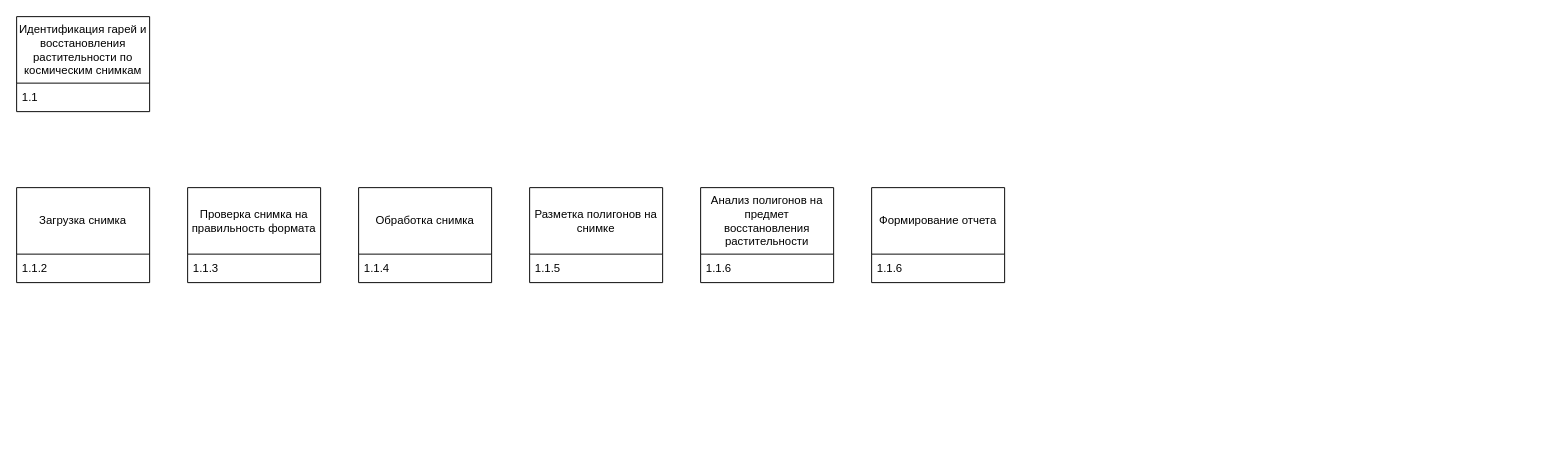
The draw.io diagram Idef3.drawio in sukmalo/IDEF1_group, before the edit. Source tidied: cells renumbered, new cells numbered last; positions are measured from the earlier drawing's top-left corner, leaving out a move shared by most shapes. Both pictures are drawn from the tidied source at 95%, with x=0, y=0 at pixel (16, 16).
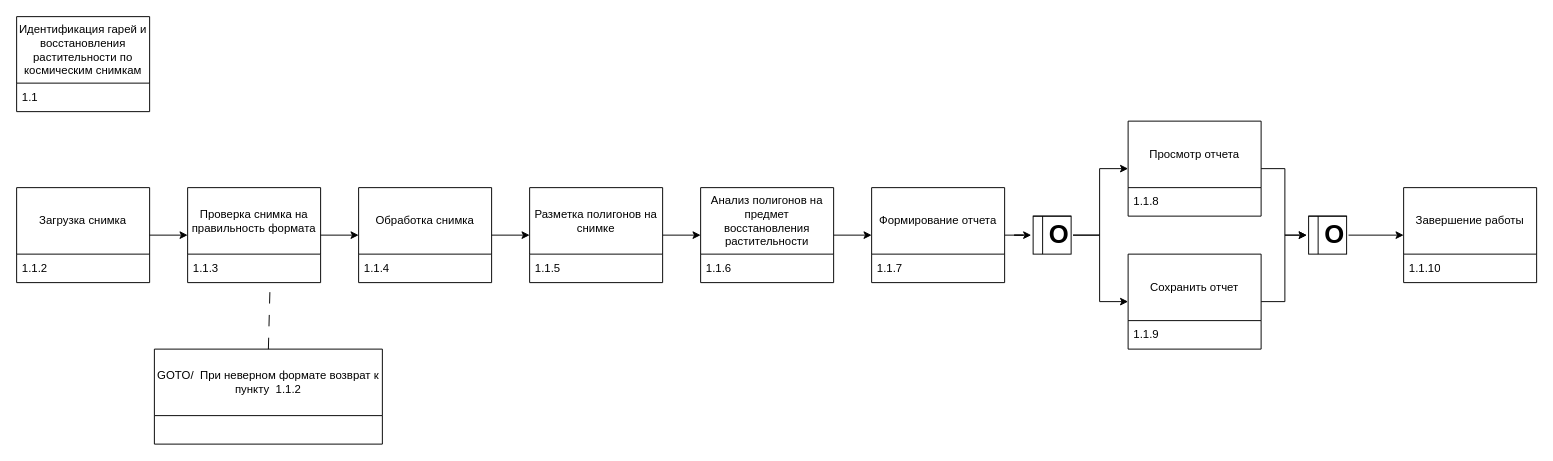
The same page after the edit.

The change refers to these unchanged cells:
```xml
<mxCell id="4" value="Загрузка снимка" style="swimlane;fontStyle=0;horizontal=1;startSize=70;whiteSpace=wrap;html=1;" parent="1" vertex="1">
  <mxGeometry y="180" width="140" height="100" as="geometry" />
</mxCell>
<mxCell id="6" value="Проверка снимка на правильность формата" style="swimlane;fontStyle=0;horizontal=1;startSize=70;whiteSpace=wrap;html=1;" parent="1" vertex="1">
  <mxGeometry x="180" y="180" width="140" height="100" as="geometry" />
</mxCell>
<mxCell id="7" value="1.1.3" style="text;strokeColor=none;fillColor=none;align=left;verticalAlign=middle;spacingLeft=4;spacingRight=4;overflow=hidden;points=[[0,0.5],[1,0.5]];portConstraint=eastwest;whiteSpace=wrap;html=1;" parent="6" vertex="1">
  <mxGeometry y="70" width="140" height="30" as="geometry" />
</mxCell>
<mxCell id="8" value="Обработка снимка" style="swimlane;fontStyle=0;horizontal=1;startSize=70;whiteSpace=wrap;html=1;" parent="1" vertex="1">
  <mxGeometry x="360" y="180" width="140" height="100" as="geometry" />
</mxCell>
<mxCell id="10" value="Разметка полигонов на снимке" style="swimlane;fontStyle=0;horizontal=1;startSize=70;whiteSpace=wrap;html=1;" parent="1" vertex="1">
  <mxGeometry x="540" y="180" width="140" height="100" as="geometry" />
</mxCell>
<mxCell id="12" value="Анализ полигонов на предмет восстановления растительности" style="swimlane;fontStyle=0;horizontal=1;startSize=70;whiteSpace=wrap;html=1;" parent="1" vertex="1">
  <mxGeometry x="720" y="180" width="140" height="100" as="geometry" />
</mxCell>
<mxCell id="14" value="Формирование отчета" style="swimlane;fontStyle=0;horizontal=1;startSize=70;whiteSpace=wrap;html=1;" parent="1" vertex="1">
  <mxGeometry x="900" y="180" width="140" height="100" as="geometry" />
</mxCell>
```

Change to the diagram source:
```diff
@@
+    <mxCell id="16" style="edgeStyle=orthogonalEdgeStyle;rounded=0;jettySize=auto;html=1;entryX=0;entryY=0.5;entryDx=0;entryDy=0;" parent="1" edge="1" source="10" target="12">
+      <mxGeometry relative="1" as="geometry" />
+    </mxCell>
@@
+    <mxCell id="17" style="edgeStyle=orthogonalEdgeStyle;rounded=0;jettySize=auto;html=1;" parent="1" edge="1" source="12" target="14">
+      <mxGeometry relative="1" as="geometry" />
+    </mxCell>
@@
+    <mxCell id="18" style="edgeStyle=orthogonalEdgeStyle;rounded=0;jettySize=auto;html=1;entryX=0;entryY=0.5;entryDx=0;entryDy=0;" parent="1" edge="1" source="14" target="27">
+      <mxGeometry relative="1" as="geometry" />
+    </mxCell>
@@
-    <mxCell id="15" value="1.1.6" style="text;strokeColor=none;fillColor=none;align=left;verticalAlign=middle;spacingLeft=4;spacingRight=4;overflow=hidden;whiteSpace=wrap;html=1;" parent="14" vertex="1">
+    <mxCell id="15" value="1.1.7" style="text;strokeColor=none;fillColor=none;align=left;verticalAlign=middle;spacingLeft=4;spacingRight=4;overflow=hidden;whiteSpace=wrap;html=1;" parent="14" vertex="1">
       <mxGeometry y="70" width="140" height="30" as="geometry" />
     </mxCell>
+    <mxCell id="19" style="edgeStyle=orthogonalEdgeStyle;rounded=0;jettySize=auto;html=1;entryX=0;entryY=0.5;entryDx=0;entryDy=0;" parent="1" edge="1" source="20" target="29">
+      <mxGeometry relative="1" as="geometry" />
+    </mxCell>
+    <mxCell id="20" value="Просмотр отчета" style="swimlane;fontStyle=0;horizontal=1;startSize=70;whiteSpace=wrap;html=1;" parent="1" vertex="1">
+      <mxGeometry x="1170" y="110" width="140" height="100" as="geometry" />
+    </mxCell>
+    <mxCell id="21" value="1.1.8" style="text;strokeColor=none;fillColor=none;align=left;verticalAlign=middle;spacingLeft=4;spacingRight=4;overflow=hidden;whiteSpace=wrap;html=1;" parent="20" vertex="1">
+      <mxGeometry y="70" width="140" height="30" as="geometry" />
+    </mxCell>
+    <mxCell id="22" style="edgeStyle=orthogonalEdgeStyle;rounded=0;jettySize=auto;html=1;entryX=0;entryY=0.5;entryDx=0;entryDy=0;" parent="1" edge="1" source="23" target="29">
+      <mxGeometry relative="1" as="geometry" />
+    </mxCell>
+    <mxCell id="23" value="Сохранить отчет" style="swimlane;fontStyle=0;horizontal=1;startSize=70;whiteSpace=wrap;html=1;" parent="1" vertex="1">
+      <mxGeometry x="1170" y="250" width="140" height="100" as="geometry" />
+    </mxCell>
+    <mxCell id="24" value="1.1.9" style="text;strokeColor=none;fillColor=none;align=left;verticalAlign=middle;spacingLeft=4;spacingRight=4;overflow=hidden;whiteSpace=wrap;html=1;" parent="23" vertex="1">
+      <mxGeometry y="70" width="140" height="30" as="geometry" />
+    </mxCell>
+    <mxCell id="25" style="edgeStyle=orthogonalEdgeStyle;rounded=0;jettySize=auto;html=1;" parent="1" edge="1" source="27" target="20">
+      <mxGeometry relative="1" as="geometry" />
+    </mxCell>
+    <mxCell id="26" style="edgeStyle=orthogonalEdgeStyle;rounded=0;jettySize=auto;html=1;entryX=0;entryY=0.5;entryDx=0;entryDy=0;" parent="1" edge="1" source="27" target="23">
+      <mxGeometry relative="1" as="geometry" />
+    </mxCell>
+    <mxCell id="27" value="&lt;div style=&quot;font-size: 23px;&quot; align=&quot;right&quot;&gt;&lt;font style=&quot;font-size: 23px;&quot;&gt;&lt;b style=&quot;font-size: 27px;&quot;&gt;&lt;font style=&quot;font-size: 27px;&quot;&gt;О&lt;br&gt;&lt;/font&gt;&lt;/b&gt;&lt;/font&gt;&lt;/div&gt;" style="shape=internalStorage;whiteSpace=wrap;html=1;backgroundOutline=1;dx=10;dy=0;align=right;perimeterSpacing=2;" parent="1" vertex="1">
+      <mxGeometry x="1070" y="210" width="40" height="40" as="geometry" />
+    </mxCell>
+    <mxCell id="28" style="edgeStyle=orthogonalEdgeStyle;rounded=0;jettySize=auto;html=1;entryX=0;entryY=0.5;entryDx=0;entryDy=0;" parent="1" edge="1" source="29" target="30">
+      <mxGeometry relative="1" as="geometry" />
+    </mxCell>
+    <mxCell id="29" value="&lt;div style=&quot;font-size: 23px;&quot; align=&quot;right&quot;&gt;&lt;font style=&quot;font-size: 23px;&quot;&gt;&lt;b style=&quot;font-size: 27px;&quot;&gt;&lt;font style=&quot;font-size: 27px;&quot;&gt;О&lt;br&gt;&lt;/font&gt;&lt;/b&gt;&lt;/font&gt;&lt;/div&gt;" style="shape=internalStorage;whiteSpace=wrap;html=1;backgroundOutline=1;dx=10;dy=0;align=right;perimeterSpacing=2;" parent="1" vertex="1">
+      <mxGeometry x="1360" y="210" width="40" height="40" as="geometry" />
+    </mxCell>
+    <mxCell id="30" value="Завершение работы" style="swimlane;fontStyle=0;horizontal=1;startSize=70;whiteSpace=wrap;html=1;" parent="1" vertex="1">
+      <mxGeometry x="1460" y="180" width="140" height="100" as="geometry" />
+    </mxCell>
+    <mxCell id="31" value="1.1.10" style="text;strokeColor=none;fillColor=none;align=left;verticalAlign=middle;spacingLeft=4;spacingRight=4;overflow=hidden;whiteSpace=wrap;html=1;" parent="30" vertex="1">
+      <mxGeometry y="70" width="140" height="30" as="geometry" />
+    </mxCell>
+    <mxCell id="32" style="endArrow=classic;html=1;rounded=0;exitX=1;exitY=0.5;exitDx=0;exitDy=0;entryX=0;entryY=0.5;entryDx=0;entryDy=0;" parent="1" edge="1" source="4" target="6">
+      <mxGeometry relative="1" as="geometry" />
+    </mxCell>
+    <mxCell id="33" style="endArrow=classic;html=1;rounded=0;exitX=1;exitY=0.5;exitDx=0;exitDy=0;entryX=0;entryY=0.5;entryDx=0;entryDy=0;" parent="1" edge="1" source="6" target="8">
+      <mxGeometry relative="1" as="geometry" />
+    </mxCell>
+    <mxCell id="34" style="endArrow=classic;html=1;rounded=0;exitX=1;exitY=0.5;exitDx=0;exitDy=0;entryX=0;entryY=0.5;entryDx=0;entryDy=0;" parent="1" edge="1" source="8" target="10">
+      <mxGeometry relative="1" as="geometry" />
+    </mxCell>
+    <mxCell id="35" value="GOTO/&amp;nbsp; При неверном формате возврат к пункту&amp;nbsp; 1.1.2" style="swimlane;fontStyle=0;horizontal=1;startSize=70;whiteSpace=wrap;html=1;" parent="1" vertex="1">
+      <mxGeometry x="145" y="350" width="240" height="100" as="geometry" />
+    </mxCell>
+    <mxCell id="36" style="endArrow=none;dashed=1;html=1;dashPattern=12 12;strokeWidth=1;rounded=0;exitX=0.5;exitY=0;exitDx=0;exitDy=0;entryX=0.619;entryY=1.233;entryDx=0;entryDy=0;entryPerimeter=0;" parent="1" edge="1" source="35" target="7">
+      <mxGeometry relative="1" as="geometry" />
+    </mxCell>
```
